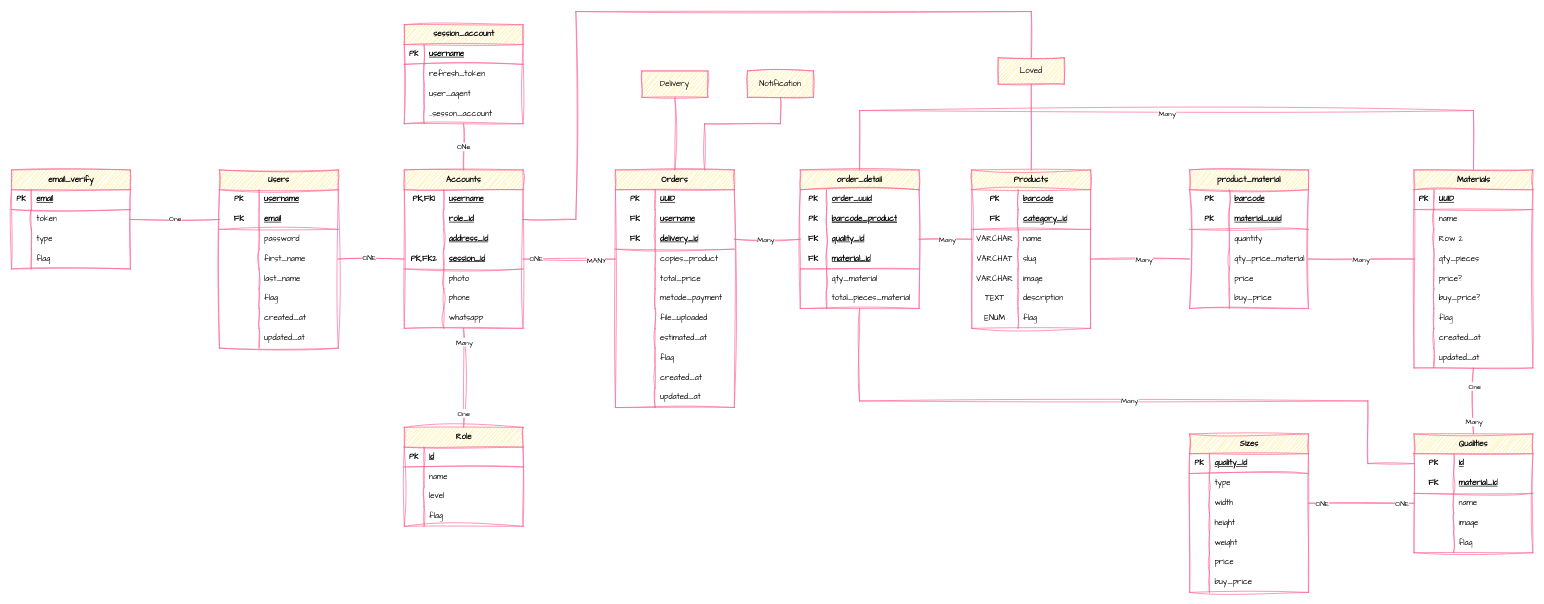
Above: page "Entity Diagram Relationship" (2 of 3) of titaniumprinting.drawio in webmaster-crooud/titaniumprinting (draw.io), before the change. Source tidied: cells renumbered, new cells numbered last; positions are measured from the earlier drawing's top-left corner, leaving out a move shared by most shapes. Both pictures are drawn from the tidied source at 66%, with x=0, y=0 at pixel (11, 11).
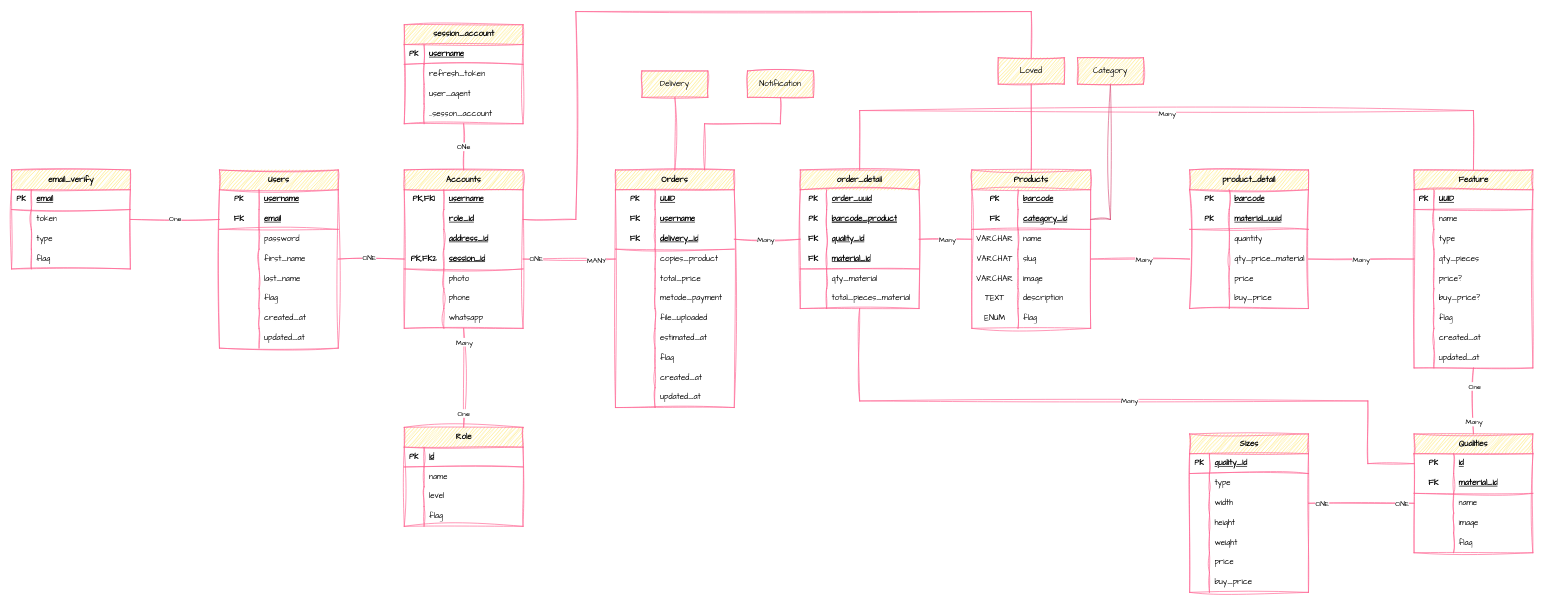
The same diagram, later.

The change refers to these unchanged cells:
```xml
<mxCell id="6" style="shape=tableRow;horizontal=0;startSize=0;swimlaneHead=0;swimlaneBody=0;fillColor=none;points=[[0,0.5],[1,0.5]];portConstraint=eastwest;top=0;left=0;right=0;bottom=1;html=1;hachureGap=4;strokeColor=#FF6392;fontFamily=Architects Daughter;fontColor=#000000;labelBackgroundColor=none;sketch=1;curveFitting=1;jiggle=2;" parent="2" vertex="1">
  <mxGeometry y="60" width="180" height="30" as="geometry" />
</mxCell>
<mxCell id="55" style="shape=tableRow;horizontal=0;startSize=0;swimlaneHead=0;swimlaneBody=0;fillColor=none;top=0;left=0;right=0;bottom=0;sketch=1;hachureGap=4;jiggle=2;curveFitting=1;strokeColor=#FF6392;fontFamily=Architects Daughter;fontColor=#000000;" parent="48" vertex="1">
  <mxGeometry y="90" width="180" height="30" as="geometry" />
</mxCell>
```

Change to the diagram source:
```diff
@@
-    <mxCell id="24" value="product_material" style="shape=table;startSize=30;childLayout=tableLayout;rowLines=0;fontStyle=1;align=center;html=1;whiteSpace=wrap;hachureGap=4;strokeColor=#FF6392;fontFamily=Architects Daughter;fontColor=#000000;fillColor=#FFE45E;labelBackgroundColor=none;sketch=1;curveFitting=1;jiggle=2;" parent="1" vertex="1">
+    <mxCell id="24" value="product_detail" style="shape=table;startSize=30;childLayout=tableLayout;rowLines=0;fontStyle=1;align=center;html=1;whiteSpace=wrap;hachureGap=4;strokeColor=#FF6392;fontFamily=Architects Daughter;fontColor=#000000;fillColor=#FFE45E;labelBackgroundColor=none;sketch=1;curveFitting=1;jiggle=2;" parent="1" vertex="1">
       <mxGeometry x="1785" y="240" width="180" height="210" as="geometry" />
     </mxCell>
@@
-    <mxCell id="48" value="Materials" style="shape=table;startSize=30;childLayout=tableLayout;rowLines=0;fontStyle=1;align=center;html=1;sketch=1;hachureGap=4;jiggle=2;curveFitting=1;strokeColor=#FF6392;fontFamily=Architects Daughter;fontColor=#000000;fillColor=#FFE45E;" parent="1" vertex="1">
+    <mxCell id="48" value="Feature" style="shape=table;startSize=30;childLayout=tableLayout;rowLines=0;fontStyle=1;align=center;html=1;sketch=1;hachureGap=4;jiggle=2;curveFitting=1;strokeColor=#FF6392;fontFamily=Architects Daughter;fontColor=#000000;fillColor=#FFE45E;" parent="1" vertex="1">
       <mxGeometry x="2125" y="240" width="180" height="300" as="geometry" />
     </mxCell>
@@
-    <mxCell id="57" value="Row 2" style="shape=partialRectangle;fillColor=none;top=0;left=0;bottom=0;right=0;align=left;spacingLeft=6;overflow=hidden;whiteSpace=wrap;html=1;sketch=1;hachureGap=4;jiggle=2;curveFitting=1;strokeColor=#FF6392;fontFamily=Architects Daughter;fontColor=#000000;" parent="55" vertex="1">
+    <mxCell id="57" value="type" style="shape=partialRectangle;fillColor=none;top=0;left=0;bottom=0;right=0;align=left;spacingLeft=6;overflow=hidden;whiteSpace=wrap;html=1;sketch=1;hachureGap=4;jiggle=2;curveFitting=1;strokeColor=#FF6392;fontFamily=Architects Daughter;fontColor=#000000;" parent="55" vertex="1">
       <mxGeometry x="30" width="150" height="30" as="geometry" />
     </mxCell>
@@
+    <mxCell id="284" style="edgeStyle=orthogonalEdgeStyle;rounded=0;sketch=1;hachureGap=4;jiggle=2;curveFitting=1;jettySize=auto;html=1;entryX=1;entryY=0.5;entryDx=0;entryDy=0;fontFamily=Architects Daughter;endArrow=none;endFill=0;fillColor=#d80073;strokeColor=#d8537b;" parent="1" edge="1" source="285" target="6">
+      <mxGeometry relative="1" as="geometry" />
+    </mxCell>
+    <mxCell id="285" value="Category" style="whiteSpace=wrap;html=1;align=center;sketch=1;hachureGap=4;jiggle=2;curveFitting=1;strokeColor=#FF6392;fontFamily=Architects Daughter;fontColor=#000000;fillColor=#FFE45E;" parent="1" vertex="1">
+      <mxGeometry x="1615" y="70" width="100" height="40" as="geometry" />
+    </mxCell>
```
